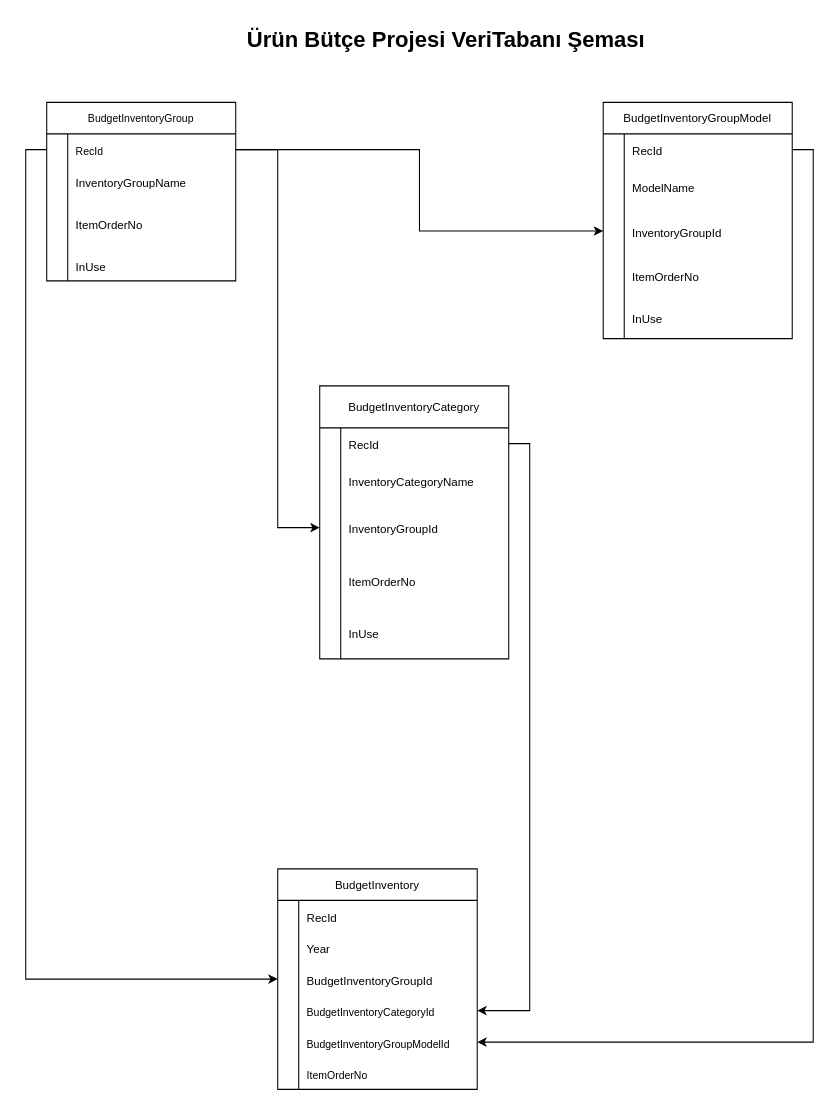
This is Başlıksız Diyagram.drawio from Kadirayd/Karatas1, a draw.io file, before an edit. Source tidied: cells renumbered, new cells numbered last; positions are measured from the earlier drawing's top-left corner, leaving out a move shared by most shapes. Both pictures are drawn from the tidied source at 105%, with x=0, y=0 at pixel (46, 18).
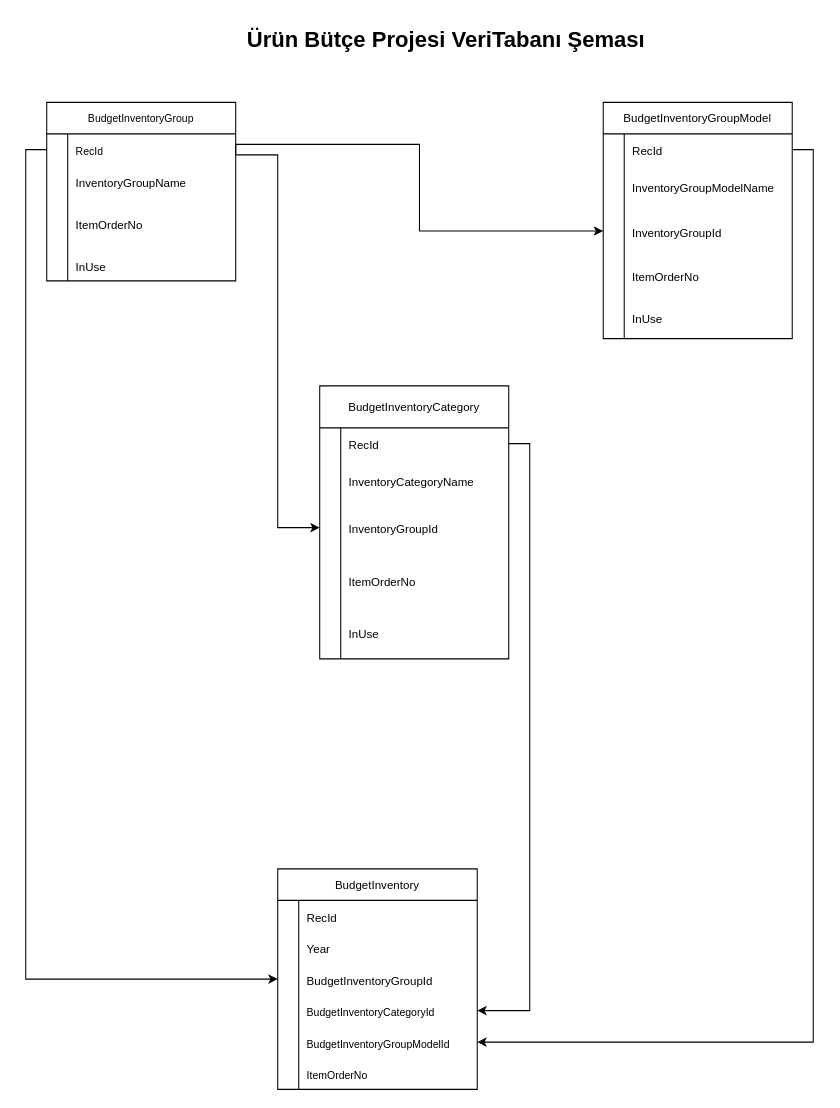
The same diagram, later.

The change refers to these unchanged cells:
```xml
<mxCell id="5" style="shape=tableRow;horizontal=0;startSize=0;swimlaneHead=0;swimlaneBody=0;top=0;left=0;bottom=0;right=0;fillColor=none;points=[[0,0.5],[1,0.5]];portConstraint=eastwest;strokeColor=inherit;fontSize=16;" parent="4" vertex="1">
  <mxGeometry y="30" width="180" height="30" as="geometry" />
</mxCell>
<mxCell id="24" style="shape=tableRow;horizontal=0;startSize=0;swimlaneHead=0;swimlaneBody=0;top=0;left=0;bottom=0;right=0;fillColor=none;points=[[0,0.5],[1,0.5]];portConstraint=eastwest;strokeColor=inherit;fontSize=16;" parent="17" vertex="1">
  <mxGeometry y="110" width="180" height="50" as="geometry" />
</mxCell>
<mxCell id="37" style="shape=tableRow;horizontal=0;startSize=0;swimlaneHead=0;swimlaneBody=0;top=0;left=0;bottom=0;right=0;fillColor=none;strokeColor=inherit;fontSize=16;" parent="33" vertex="1">
  <mxGeometry y="60" width="180" height="40" as="geometry" />
</mxCell>
<mxCell id="40" style="shape=tableRow;horizontal=0;startSize=0;swimlaneHead=0;swimlaneBody=0;top=0;left=0;bottom=0;right=0;fillColor=none;points=[[0,0.5],[1,0.5]];portConstraint=eastwest;strokeColor=inherit;fontSize=16;" parent="33" vertex="1">
  <mxGeometry y="100" width="180" height="45" as="geometry" />
</mxCell>
```

The edit, as a diff of the source:
```diff
@@
-    <mxCell id="39" value="&lt;font style=&quot;font-size: 11px;&quot;&gt;ModelName&lt;/font&gt;" style="shape=partialRectangle;html=1;whiteSpace=wrap;fillColor=none;top=0;left=0;bottom=0;right=0;align=left;spacingLeft=6;overflow=hidden;strokeColor=inherit;fontSize=16;" parent="37" vertex="1">
+    <mxCell id="39" value="&lt;span style=&quot;font-size: 11px;&quot;&gt;InventoryGroupModelName&lt;/span&gt;" style="shape=partialRectangle;html=1;whiteSpace=wrap;fillColor=none;top=0;left=0;bottom=0;right=0;align=left;spacingLeft=6;overflow=hidden;strokeColor=inherit;fontSize=16;" parent="37" vertex="1">
       <mxGeometry x="20" width="160" height="40" as="geometry" />
     </mxCell>
@@
     <mxCell id="70" style="edgeStyle=orthogonalEdgeStyle;rounded=0;jettySize=auto;html=1;exitX=1;exitY=0.5;exitDx=0;exitDy=0;entryX=0;entryY=0.5;entryDx=0;entryDy=0;" parent="1" edge="1" source="5" target="24">
-      <mxGeometry relative="1" as="geometry" />
+      <mxGeometry relative="1" as="geometry">
+        <Array as="points">
+          <mxPoint x="180" y="130" />
+          <mxPoint x="220" y="130" />
+          <mxPoint x="220" y="485" />
+        </Array>
+      </mxGeometry>
     </mxCell>
@@
     <mxCell id="72" style="edgeStyle=orthogonalEdgeStyle;rounded=0;jettySize=auto;html=1;exitX=1;exitY=0.5;exitDx=0;exitDy=0;entryX=0;entryY=0.5;entryDx=0;entryDy=0;" parent="1" edge="1" source="5" target="40">
-      <mxGeometry relative="1" as="geometry" />
+      <mxGeometry relative="1" as="geometry">
+        <Array as="points">
+          <mxPoint x="180" y="120" />
+          <mxPoint x="355" y="120" />
+          <mxPoint x="355" y="202" />
+        </Array>
+      </mxGeometry>
     </mxCell>
```
